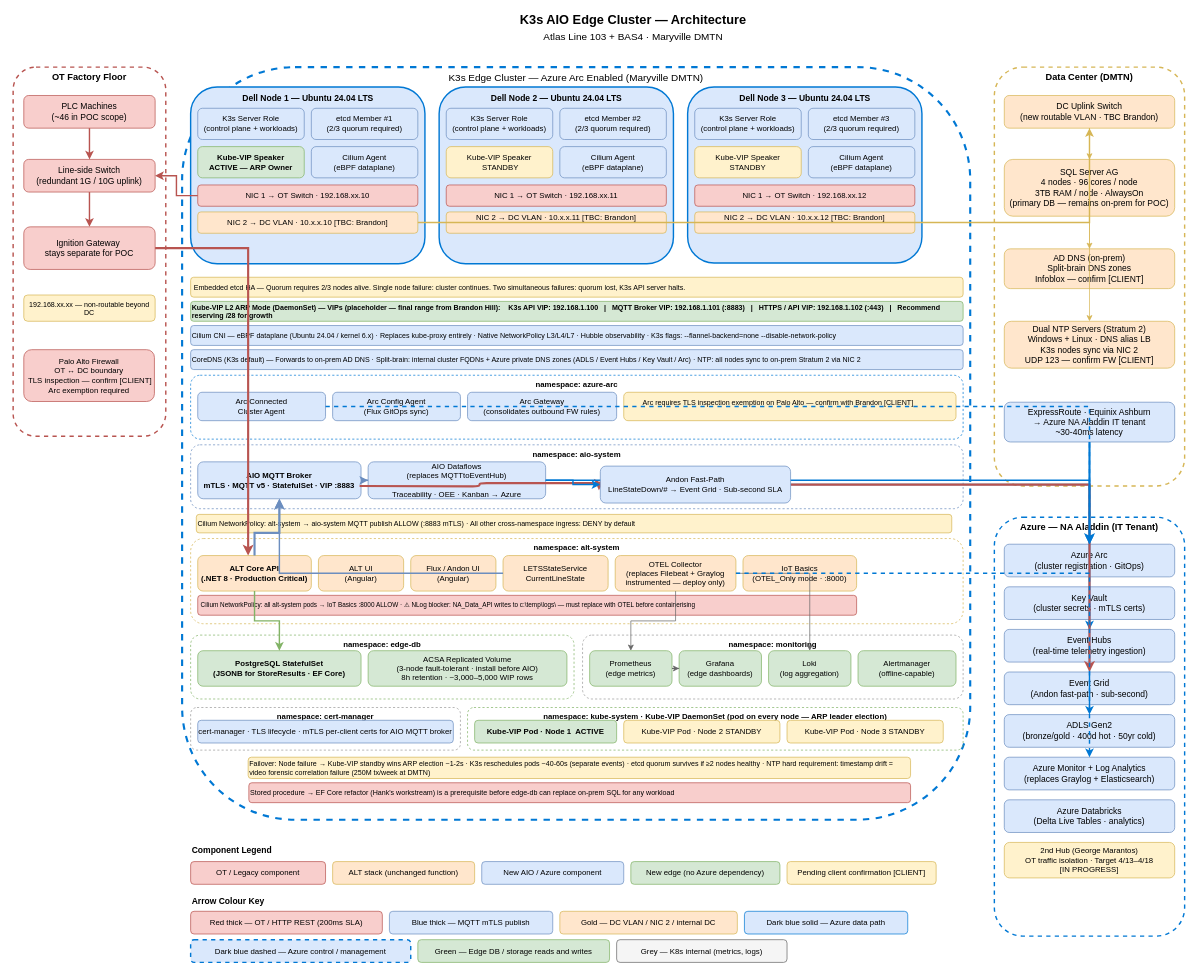
Earlier version of the draw.io diagram page "AIO Overview" (1 of 8) of AIO-Architecture-V2.drawio (avinashr-insight/manufacturing-iot). Source tidied: cells renumbered, new cells numbered last; positions are measured from the earlier drawing's top-left corner, leaving out a move shared by most shapes. Both pictures are drawn from the tidied source at 71%, with x=0, y=0 at pixel (13, 12).
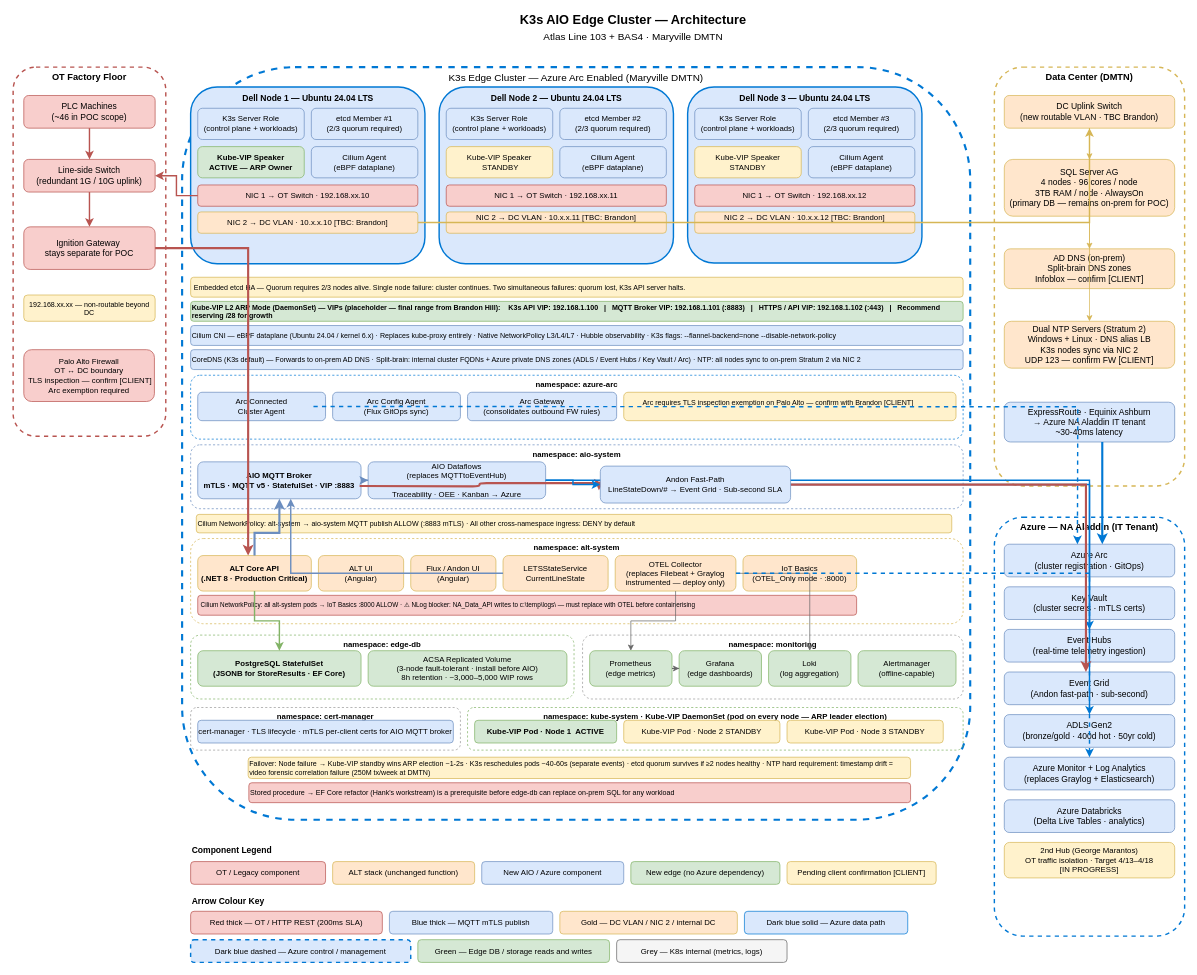
Above is the later version.

The change refers to these unchanged cells:
```xml
<mxCell id="39" value="Arc Connected&#10;Cluster Agent" style="rounded=1;whiteSpace=wrap;html=1;fillColor=#dae8fc;strokeColor=#6c8ebf;fontSize=11;" parent="1" vertex="1">
  <mxGeometry x="260" y="535" width="180" height="40" as="geometry" />
</mxCell>
<mxCell id="44" value="AIO MQTT Broker&#10;mTLS · MQTT v5 · StatefulSet · VIP :8883" style="rounded=1;whiteSpace=wrap;html=1;fillColor=#dae8fc;strokeColor=#6c8ebf;fontSize=11;fontStyle=1;" parent="1" vertex="1">
  <mxGeometry x="260" y="633" width="230" height="52" as="geometry" />
</mxCell>
<mxCell id="51" value="LETSStateService&#10;CurrentLineState" style="rounded=1;whiteSpace=wrap;html=1;fillColor=#ffe6cc;strokeColor=#d6b656;fontSize=11;" parent="1" vertex="1">
  <mxGeometry x="690" y="765" width="148" height="50" as="geometry" />
</mxCell>
<mxCell id="76" value="ExpressRoute · Equinix Ashburn&#10;→ Azure NA Aladdin IT tenant&#10;~30-40ms latency" style="rounded=1;whiteSpace=wrap;html=1;fillColor=#dae8fc;strokeColor=#6c8ebf;fontSize=12;" parent="1" vertex="1">
  <mxGeometry x="1396" y="549" width="240" height="56" as="geometry" />
</mxCell>
<mxCell id="78" value="Azure Arc&#10;(cluster registration · GitOps)" style="rounded=1;whiteSpace=wrap;html=1;fillColor=#dae8fc;strokeColor=#6c8ebf;fontSize=12;" parent="1" vertex="1">
  <mxGeometry x="1396" y="749" width="240" height="46" as="geometry" />
</mxCell>
<mxCell id="81" value="Event Grid&#10;(Andon fast-path · sub-second)" style="rounded=1;whiteSpace=wrap;html=1;fillColor=#dae8fc;strokeColor=#6c8ebf;fontSize=12;" parent="1" vertex="1">
  <mxGeometry x="1396" y="929" width="240" height="46" as="geometry" />
</mxCell>
<mxCell id="123" value="Andon Fast-Path&#10;LineStateDown/# → Event Grid · Sub-second SLA" style="rounded=1;whiteSpace=wrap;html=1;fillColor=#dae8fc;strokeColor=#6c8ebf;fontSize=11;" parent="1" vertex="1">
  <mxGeometry x="827" y="639" width="268" height="52" as="geometry" />
</mxCell>
```

The edit, as a diff of the source:
```diff
@@
     <mxCell id="92" style="edgeStyle=orthogonalEdgeStyle;rounded=0;html=1;strokeColor=#6c8ebf;strokeWidth=2;" parent="1" edge="1" source="51" target="44">
-      <mxGeometry relative="1" as="geometry" />
+      <mxGeometry relative="1" as="geometry">
+        <Array as="points">
+          <mxPoint x="391" y="790" />
+        </Array>
+      </mxGeometry>
     </mxCell>
@@
     <mxCell id="101" style="edgeStyle=orthogonalEdgeStyle;rounded=0;html=1;strokeColor=#b85450;strokeWidth=3;" parent="1" edge="1" source="123" target="81">
-      <mxGeometry relative="1" as="geometry" />
+      <mxGeometry relative="1" as="geometry">
+        <Array as="points">
+          <mxPoint x="1511" y="665" />
+        </Array>
+      </mxGeometry>
     </mxCell>
-    <mxCell id="102" style="edgeStyle=orthogonalEdgeStyle;rounded=0;html=1;strokeColor=#0078d4;dashed=1;strokeWidth=2;" parent="1" edge="1" source="39" target="78">
-      <mxGeometry relative="1" as="geometry" />
+    <mxCell id="102" style="edgeStyle=orthogonalEdgeStyle;rounded=0;html=1;strokeColor=#0078d4;dashed=1;strokeWidth=2;" parent="1" edge="1">
+      <mxGeometry relative="1" as="geometry">
+        <mxPoint x="423" y="555" as="sourcePoint" />
+        <mxPoint x="1499" y="749" as="targetPoint" />
+      </mxGeometry>
     </mxCell>
@@
     <mxCell id="107" style="edgeStyle=orthogonalEdgeStyle;rounded=0;html=1;strokeColor=#0078d4;strokeWidth=3;" parent="1" edge="1" source="76" target="78">
-      <mxGeometry relative="1" as="geometry" />
+      <mxGeometry relative="1" as="geometry">
+        <Array as="points">
+          <mxPoint x="1534" y="641" />
+          <mxPoint x="1534" y="641" />
+        </Array>
+      </mxGeometry>
     </mxCell>
```
